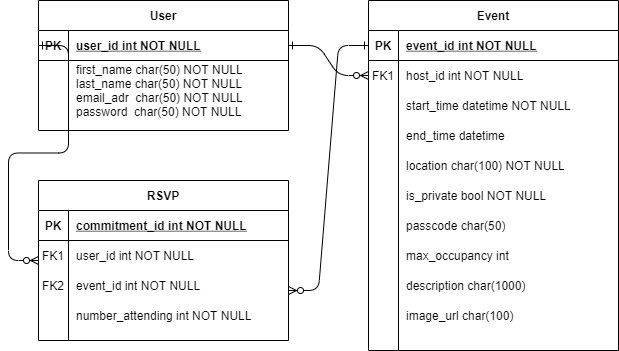
Above: docs/Entity Relationship Diagram.png in bentondavidl/Software-Engineering-MeetUp-Website (draw.io), before the change. Source tidied: cells renumbered, new cells last; positions are measured from the earlier drawing's top-left corner, leaving out a move shared by most shapes.
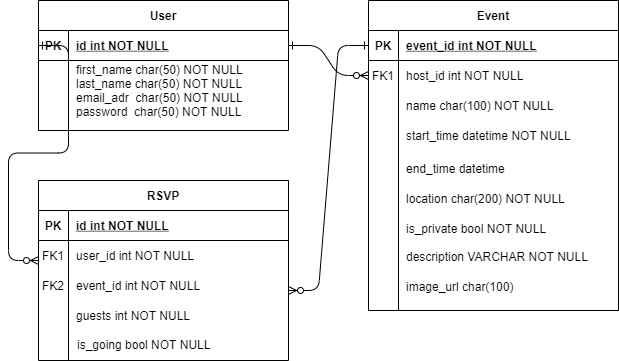
After the change.

Commit message:
update ERD to reflect current state of the project

Diff of the diagram source:
```diff
@@ -6,7 +6,7 @@
       <mxGeometry relative="1" as="geometry" />
     </mxCell>
     <mxCell id="3" value="Event" style="shape=table;startSize=30;rowLines=0;fontStyle=1;align=center;" parent="1" vertex="1">
-      <mxGeometry x="330" width="250" height="350" as="geometry" />
+      <mxGeometry x="330" width="250" height="310" as="geometry" />
     </mxCell>
     <mxCell id="4" style="shape=partialRectangle;fillColor=none;points=[[0,0.5],[1,0.5]];portConstraint=eastwest;top=0;left=0;right=0;bottom=1;" parent="3" vertex="1">
       <mxGeometry y="30" width="250" height="30" as="geometry" />
@@ -32,7 +32,7 @@
     <mxCell id="11" style="shape=partialRectangle;overflow=hidden;fillColor=none;top=0;left=0;bottom=0;right=0;" parent="10" vertex="1">
       <mxGeometry width="30" height="30" as="geometry" />
     </mxCell>
-    <mxCell id="12" value="start_time datetime NOT NULL" style="shape=partialRectangle;overflow=hidden;fillColor=none;top=0;left=0;bottom=0;right=0;align=left;spacingLeft=6;" parent="10" vertex="1">
+    <mxCell id="12" value="name char(100) NOT NULL" style="shape=partialRectangle;overflow=hidden;fillColor=none;top=0;left=0;bottom=0;right=0;align=left;spacingLeft=6;" parent="10" vertex="1">
       <mxGeometry x="30" width="220" height="30" as="geometry" />
     </mxCell>
     <mxCell id="13" value="User" style="shape=table;startSize=30;rowLines=0;fontStyle=1;align=center;" parent="1" vertex="1">
@@ -44,7 +44,7 @@
     <mxCell id="15" value="PK" style="shape=partialRectangle;overflow=hidden;fillColor=none;top=0;left=0;bottom=0;right=0;fontStyle=1;" parent="14" vertex="1">
       <mxGeometry width="30" height="30" as="geometry" />
     </mxCell>
-    <mxCell id="16" value="user_id int NOT NULL " style="shape=partialRectangle;overflow=hidden;fillColor=none;top=0;left=0;bottom=0;right=0;align=left;spacingLeft=6;fontStyle=5;" parent="14" vertex="1">
+    <mxCell id="16" value="id int NOT NULL " style="shape=partialRectangle;overflow=hidden;fillColor=none;top=0;left=0;bottom=0;right=0;align=left;spacingLeft=6;fontStyle=5;" parent="14" vertex="1">
       <mxGeometry x="30" width="220" height="30" as="geometry" />
     </mxCell>
     <mxCell id="17" style="shape=partialRectangle;fillColor=none;top=0;left=0;right=0;bottom=0;" parent="13" vertex="1">
@@ -57,7 +57,7 @@
       <mxGeometry x="30" width="220" height="60" as="geometry" />
     </mxCell>
     <mxCell id="20" style="shape=partialRectangle;fillColor=none;top=0;left=0;right=0;bottom=0;" parent="1" vertex="1">
-      <mxGeometry x="330" y="120" width="250" height="30" as="geometry" />
+      <mxGeometry x="330" y="153" width="250" height="30" as="geometry" />
     </mxCell>
     <mxCell id="21" style="shape=partialRectangle;overflow=hidden;fillColor=none;top=0;left=0;bottom=0;right=0;" parent="20" vertex="1">
       <mxGeometry width="30" height="30" as="geometry" />
@@ -66,16 +66,16 @@
       <mxGeometry x="30" width="220" height="30" as="geometry" />
     </mxCell>
     <mxCell id="23" style="shape=partialRectangle;fillColor=none;top=0;left=0;right=0;bottom=0;" parent="1" vertex="1">
-      <mxGeometry x="330" y="150" width="250" height="30" as="geometry" />
+      <mxGeometry x="330" y="183" width="250" height="30" as="geometry" />
     </mxCell>
     <mxCell id="24" style="shape=partialRectangle;overflow=hidden;fillColor=none;top=0;left=0;bottom=0;right=0;" parent="23" vertex="1">
       <mxGeometry width="30" height="30" as="geometry" />
     </mxCell>
-    <mxCell id="25" value="location char(100) NOT NULL" style="shape=partialRectangle;overflow=hidden;fillColor=none;top=0;left=0;bottom=0;right=0;align=left;spacingLeft=6;" parent="23" vertex="1">
+    <mxCell id="25" value="location char(200) NOT NULL" style="shape=partialRectangle;overflow=hidden;fillColor=none;top=0;left=0;bottom=0;right=0;align=left;spacingLeft=6;" parent="23" vertex="1">
       <mxGeometry x="30" width="220" height="30" as="geometry" />
     </mxCell>
     <mxCell id="26" style="shape=partialRectangle;fillColor=none;top=0;left=0;right=0;bottom=0;" parent="1" vertex="1">
-      <mxGeometry x="330" y="180" width="250" height="30" as="geometry" />
+      <mxGeometry x="330" y="213" width="250" height="30" as="geometry" />
     </mxCell>
     <mxCell id="27" style="shape=partialRectangle;overflow=hidden;fillColor=none;top=0;left=0;bottom=0;right=0;" parent="26" vertex="1">
       <mxGeometry width="30" height="30" as="geometry" />
@@ -83,26 +83,14 @@
     <mxCell id="28" value="is_private bool NOT NULL" style="shape=partialRectangle;overflow=hidden;fillColor=none;top=0;left=0;bottom=0;right=0;align=left;spacingLeft=6;" parent="26" vertex="1">
       <mxGeometry x="30" width="220" height="30" as="geometry" />
     </mxCell>
-    <mxCell id="29" style="shape=partialRectangle;fillColor=none;top=0;left=0;right=0;bottom=0;" parent="1" vertex="1">
-      <mxGeometry x="330" y="210" width="250" height="30" as="geometry" />
-    </mxCell>
-    <mxCell id="30" style="shape=partialRectangle;overflow=hidden;fillColor=none;top=0;left=0;bottom=0;right=0;" parent="29" vertex="1">
-      <mxGeometry width="30" height="30" as="geometry" />
-    </mxCell>
-    <mxCell id="31" value="passcode char(50) " style="shape=partialRectangle;overflow=hidden;fillColor=none;top=0;left=0;bottom=0;right=0;align=left;spacingLeft=6;" parent="29" vertex="1">
-      <mxGeometry x="30" width="220" height="30" as="geometry" />
-    </mxCell>
-    <mxCell id="32" value="max_occupancy int" style="shape=partialRectangle;overflow=hidden;fillColor=none;top=0;left=0;bottom=0;right=0;align=left;spacingLeft=6;" parent="1" vertex="1">
-      <mxGeometry x="360" y="240" width="220" height="30" as="geometry" />
-    </mxCell>
-    <mxCell id="33" value="description char(1000)" style="shape=partialRectangle;overflow=hidden;fillColor=none;top=0;left=0;bottom=0;right=0;align=left;spacingLeft=6;" parent="1" vertex="1">
-      <mxGeometry x="360" y="270" width="220" height="30" as="geometry" />
+    <mxCell id="33" value="description VARCHAR NOT NULL" style="shape=partialRectangle;overflow=hidden;fillColor=none;top=0;left=0;bottom=0;right=0;align=left;spacingLeft=6;" parent="1" vertex="1">
+      <mxGeometry x="360" y="241" width="220" height="30" as="geometry" />
     </mxCell>
     <mxCell id="34" value="image_url char(100)" style="shape=partialRectangle;overflow=hidden;fillColor=none;top=0;left=0;bottom=0;right=0;align=left;spacingLeft=6;" parent="1" vertex="1">
-      <mxGeometry x="360" y="300" width="220" height="30" as="geometry" />
+      <mxGeometry x="360" y="271" width="220" height="30" as="geometry" />
     </mxCell>
     <mxCell id="35" value="RSVP" style="shape=table;startSize=30;rowLines=0;fontStyle=1;align=center;" parent="1" vertex="1">
-      <mxGeometry y="180" width="250" height="160" as="geometry" />
+      <mxGeometry y="180" width="250" height="180" as="geometry" />
     </mxCell>
     <mxCell id="36" style="shape=partialRectangle;fillColor=none;top=0;left=0;right=0;bottom=1;" parent="35" vertex="1">
       <mxGeometry y="30" width="250" height="30" as="geometry" />
@@ -110,7 +98,7 @@
     <mxCell id="37" value="PK" style="shape=partialRectangle;overflow=hidden;fillColor=none;top=0;left=0;bottom=0;right=0;fontStyle=1;" parent="36" vertex="1">
       <mxGeometry width="30" height="30" as="geometry" />
     </mxCell>
-    <mxCell id="38" value="commitment_id int NOT NULL " style="shape=partialRectangle;overflow=hidden;fillColor=none;top=0;left=0;bottom=0;right=0;align=left;spacingLeft=6;fontStyle=5;" parent="36" vertex="1">
+    <mxCell id="38" value="id int NOT NULL " style="shape=partialRectangle;overflow=hidden;fillColor=none;top=0;left=0;bottom=0;right=0;align=left;spacingLeft=6;fontStyle=5;" parent="36" vertex="1">
       <mxGeometry x="30" width="220" height="30" as="geometry" />
     </mxCell>
     <mxCell id="39" style="shape=partialRectangle;fillColor=none;top=0;left=0;right=0;bottom=0;" parent="35" vertex="1">
@@ -134,7 +122,7 @@
     <mxCell id="45" value="event_id int NOT NULL" style="shape=partialRectangle;overflow=hidden;fillColor=none;top=0;left=0;bottom=0;right=0;align=left;spacingLeft=6;" parent="1" vertex="1">
       <mxGeometry x="30" y="270" width="220" height="30" as="geometry" />
     </mxCell>
-    <mxCell id="46" value="number_attending int NOT NULL" style="shape=partialRectangle;overflow=hidden;fillColor=none;top=0;left=0;bottom=0;right=0;align=left;spacingLeft=6;" parent="1" vertex="1">
+    <mxCell id="46" value="guests int NOT NULL" style="shape=partialRectangle;overflow=hidden;fillColor=none;top=0;left=0;bottom=0;right=0;align=left;spacingLeft=6;" parent="1" vertex="1">
       <mxGeometry x="30" y="300" width="220" height="30" as="geometry" />
     </mxCell>
     <mxCell id="47" style="edgeStyle=entityRelationEdgeStyle;endArrow=ERone;startArrow=ERzeroToMany;endFill=0;startFill=1;entryX=0;entryY=0.5;entryDx=0;entryDy=0;" parent="1" edge="1" target="4">
@@ -147,5 +135,11 @@
         <mxPoint y="260" as="targetPoint" />
       </mxGeometry>
     </mxCell>
+    <mxCell id="49" value="is_going bool NOT NULL" style="shape=partialRectangle;overflow=hidden;fillColor=none;top=0;left=0;bottom=0;right=0;align=left;spacingLeft=6;" parent="1" vertex="1">
+      <mxGeometry x="31" y="329" width="220" height="30" as="geometry" />
+    </mxCell>
+    <mxCell id="50" value="start_time datetime NOT NULL" style="shape=partialRectangle;overflow=hidden;fillColor=none;top=0;left=0;bottom=0;right=0;align=left;spacingLeft=6;" parent="1" vertex="1">
+      <mxGeometry x="360" y="120" width="220" height="30" as="geometry" />
+    </mxCell>
   </root>
 </mxGraphModel>
```
